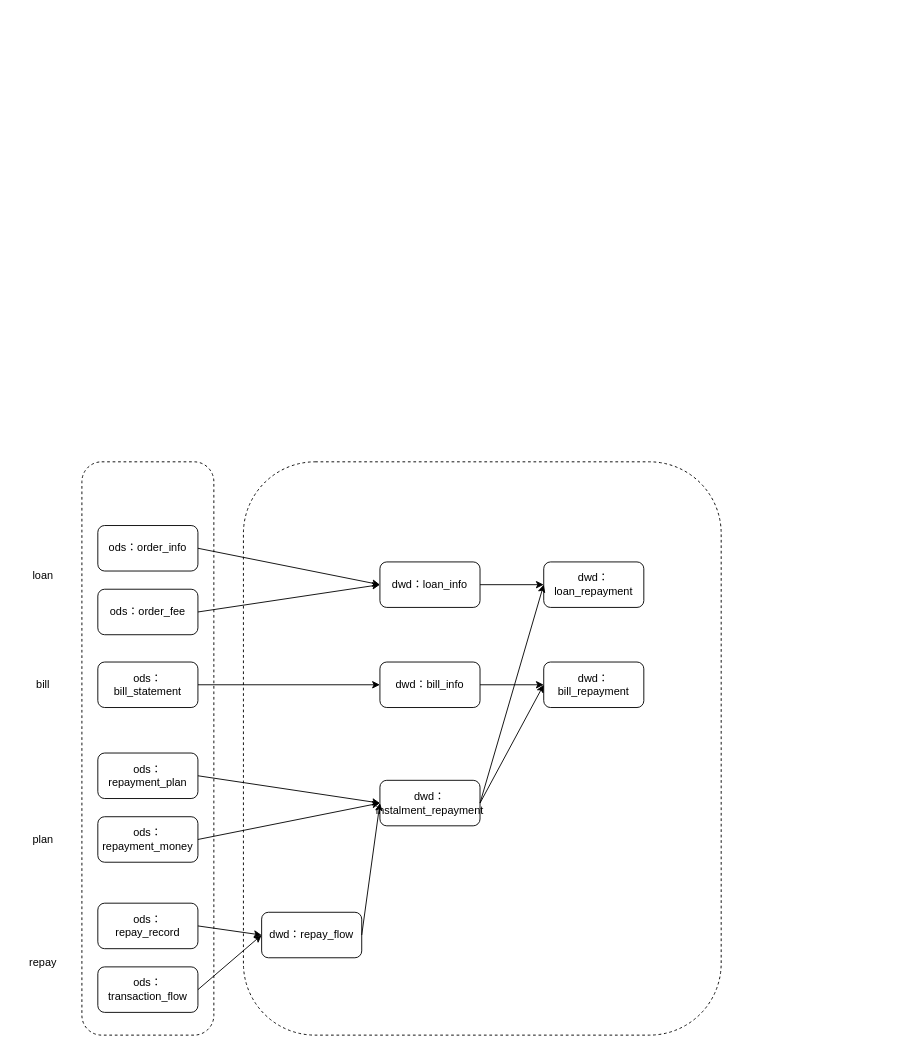
Before: v2_data_flow.drawio in a490888602/draw, a draw.io diagram. Source tidied: cells renumbered, new cells numbered last; positions are measured from the earlier drawing's top-left corner, leaving out a move shared by most shapes. Both pictures are drawn from the tidied source at 91%, with x=0, y=0 at pixel (15, 461).
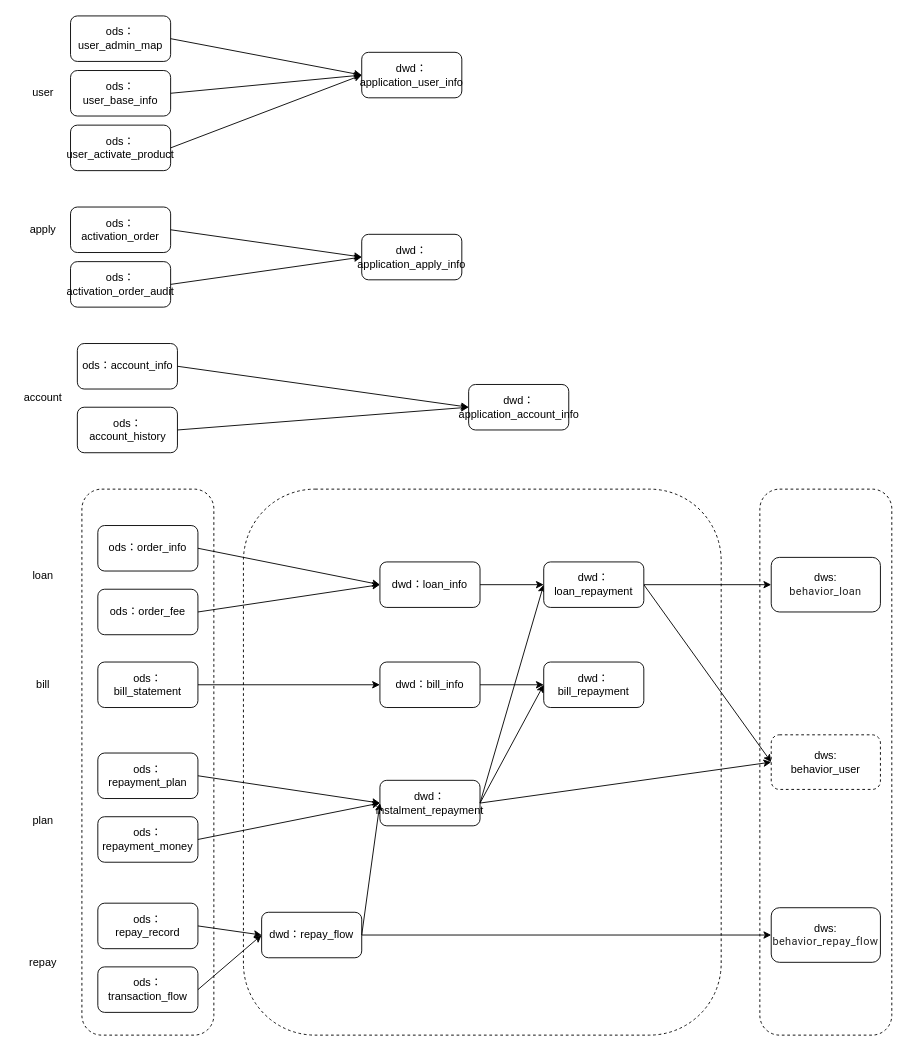
After the change.

Unchanged cells that the change refers to:
```xml
<mxCell id="12" value="&lt;font style=&quot;font-size: 12px;&quot;&gt;dwd：&lt;br&gt;&lt;span id=&quot;docs-internal-guid-5aec8d1b-7fff-cdfb-e014-1fbec7482f0d&quot;&gt;&lt;span style=&quot;font-family: Arial; background-color: transparent; font-variant-numeric: normal; font-variant-east-asian: normal; vertical-align: baseline;&quot;&gt;instalment_repayment&lt;/span&gt;&lt;/span&gt;&lt;/font&gt;" style="rounded=1;whiteSpace=wrap;html=1;" parent="1" vertex="1">
  <mxGeometry x="400" y="350" width="110" height="50" as="geometry" />
</mxCell>
<mxCell id="21" value="&lt;font style=&quot;font-size: 12px;&quot;&gt;dwd：&lt;span id=&quot;docs-internal-guid-818f419f-7fff-825d-e930-8b9c165d0fec&quot;&gt;&lt;span style=&quot;font-size: 9pt; font-family: Arial; font-variant-numeric: normal; font-variant-east-asian: normal; vertical-align: baseline;&quot;&gt;repay_flow&lt;/span&gt;&lt;/span&gt;&lt;br&gt;&lt;/font&gt;" style="rounded=1;whiteSpace=wrap;html=1;" parent="1" vertex="1">
  <mxGeometry x="270" y="495" width="110" height="50" as="geometry" />
</mxCell>
```

The edit, as a diff of the source:
```diff
@@
+    <mxCell id="33" style="rounded=1;whiteSpace=wrap;html=1;labelBackgroundColor=#FFFFFF;fontSize=12;fontColor=#000000;dashed=1;" parent="1" vertex="1">
+      <mxGeometry x="817.5" y="30" width="145" height="600" as="geometry" />
+    </mxCell>
     <mxCell id="2" style="rounded=1;whiteSpace=wrap;html=1;labelBackgroundColor=#FFFFFF;fontSize=12;fontColor=#000000;dashed=1;" parent="1" vertex="1">
-      <mxGeometry x="250" width="525" height="630" as="geometry" />
+      <mxGeometry x="250" y="30" width="525" height="600" as="geometry" />
     </mxCell>
     <mxCell id="3" style="rounded=1;whiteSpace=wrap;html=1;labelBackgroundColor=#FFFFFF;fontSize=12;fontColor=#000000;dashed=1;" parent="1" vertex="1">
-      <mxGeometry x="72.5" width="145" height="630" as="geometry" />
+      <mxGeometry x="72.5" y="30" width="145" height="600" as="geometry" />
     </mxCell>
@@
+    <mxCell id="34" style="edgeStyle=orthogonalEdgeStyle;rounded=0;jettySize=auto;html=1;fontSize=12;fontColor=#000000;" parent="1" edge="1" source="21" target="57">
+      <mxGeometry relative="1" as="geometry" />
+    </mxCell>
@@
     <mxCell id="24" value="plan" style="text;html=1;strokeColor=none;fillColor=none;align=center;verticalAlign=middle;whiteSpace=wrap;rounded=0;labelBackgroundColor=#FFFFFF;fontSize=12;fontColor=#000000;" parent="1" vertex="1">
-      <mxGeometry y="400" width="60" height="30" as="geometry" />
+      <mxGeometry y="380" width="60" height="30" as="geometry" />
     </mxCell>
@@
-    <mxCell id="28" value="&lt;font style=&quot;&quot;&gt;dwd：&lt;br&gt;&lt;span style=&quot;font-family: Arial; text-align: left; background-color: rgb(255, 255, 255);&quot;&gt;&lt;font style=&quot;font-size: 12px;&quot;&gt;loan_repayment&lt;/font&gt;&lt;/span&gt;&lt;br&gt;&lt;/font&gt;" style="rounded=1;whiteSpace=wrap;html=1;" parent="1" vertex="1">
-      <mxGeometry x="580" y="110" width="110" height="50" as="geometry" />
-    </mxCell>
+    <mxCell id="35" style="edgeStyle=orthogonalEdgeStyle;rounded=0;jettySize=auto;html=1;fontSize=12;fontColor=#000000;" parent="1" edge="1" source="28" target="56">
+      <mxGeometry relative="1" as="geometry" />
+    </mxCell>
@@
+    <mxCell id="36" value="account" style="text;html=1;strokeColor=none;fillColor=none;align=center;verticalAlign=middle;whiteSpace=wrap;rounded=0;labelBackgroundColor=#FFFFFF;fontSize=12;fontColor=#000000;" parent="1" vertex="1">
+      <mxGeometry y="-85" width="60" height="30" as="geometry" />
+    </mxCell>
+    <mxCell id="37" value="apply" style="text;html=1;strokeColor=none;fillColor=none;align=center;verticalAlign=middle;whiteSpace=wrap;rounded=0;labelBackgroundColor=#FFFFFF;fontSize=12;fontColor=#000000;" parent="1" vertex="1">
+      <mxGeometry y="-270" width="60" height="30" as="geometry" />
+    </mxCell>
+    <mxCell id="38" value="user" style="text;html=1;strokeColor=none;fillColor=none;align=center;verticalAlign=middle;whiteSpace=wrap;rounded=0;labelBackgroundColor=#FFFFFF;fontSize=12;fontColor=#000000;" parent="1" vertex="1">
+      <mxGeometry y="-420" width="60" height="30" as="geometry" />
+    </mxCell>
+    <mxCell id="39" value="ods：account_info" style="rounded=1;whiteSpace=wrap;html=1;" parent="1" vertex="1">
+      <mxGeometry x="67.5" y="-130" width="110" height="50" as="geometry" />
+    </mxCell>
+    <mxCell id="40" value="ods：&lt;br&gt;account_history" style="rounded=1;whiteSpace=wrap;html=1;" parent="1" vertex="1">
+      <mxGeometry x="67.5" y="-60" width="110" height="50" as="geometry" />
+    </mxCell>
+    <mxCell id="41" value="dwd：&lt;br&gt;&lt;span id=&quot;docs-internal-guid-810f0809-7fff-8f3f-b4a5-248d9ead75d0&quot;&gt;&lt;span style=&quot;font-family: Arial; background-color: transparent; font-variant-numeric: normal; font-variant-east-asian: normal; vertical-align: baseline;&quot;&gt;&lt;font style=&quot;font-size: 12px;&quot;&gt;application_account_info&lt;/font&gt;&lt;/span&gt;&lt;/span&gt;" style="rounded=1;whiteSpace=wrap;html=1;" parent="1" vertex="1">
+      <mxGeometry x="497.5" y="-85" width="110" height="50" as="geometry" />
+    </mxCell>
+    <mxCell id="42" style="endArrow=classic;html=1;rounded=0;entryX=0;entryY=0.5;entryDx=0;entryDy=0;exitX=1;exitY=0.5;exitDx=0;exitDy=0;" parent="1" edge="1" source="39" target="41">
+      <mxGeometry relative="1" as="geometry" />
+    </mxCell>
+    <mxCell id="43" style="endArrow=classic;html=1;rounded=0;entryX=0;entryY=0.5;entryDx=0;entryDy=0;exitX=1;exitY=0.5;exitDx=0;exitDy=0;" parent="1" edge="1" source="40" target="41">
+      <mxGeometry relative="1" as="geometry" />
+    </mxCell>
+    <mxCell id="44" value="ods：&lt;br&gt;&lt;span id=&quot;docs-internal-guid-a17145a7-7fff-5917-b1d9-0c4fba050937&quot;&gt;&lt;span style=&quot;font-size: 9pt; font-family: Arial; font-variant-numeric: normal; font-variant-east-asian: normal; vertical-align: baseline;&quot;&gt;user_base_info&lt;/span&gt;&lt;/span&gt;" style="rounded=1;whiteSpace=wrap;html=1;" parent="1" vertex="1">
+      <mxGeometry x="60" y="-430" width="110" height="50" as="geometry" />
+    </mxCell>
+    <mxCell id="45" value="ods：&lt;br&gt;&lt;span id=&quot;docs-internal-guid-c17e0959-7fff-95d1-528c-808f449eea5f&quot;&gt;&lt;span style=&quot;font-size: 9pt; font-family: Arial; font-variant-numeric: normal; font-variant-east-asian: normal; vertical-align: baseline;&quot;&gt;user_activate_product&lt;/span&gt;&lt;/span&gt;" style="rounded=1;whiteSpace=wrap;html=1;" parent="1" vertex="1">
+      <mxGeometry x="60" y="-370" width="110" height="50" as="geometry" />
+    </mxCell>
+    <mxCell id="46" value="dwd：&lt;br&gt;&lt;span id=&quot;docs-internal-guid-081b521d-7fff-0676-e791-040522774dc9&quot;&gt;&lt;span style=&quot;font-family: Arial; background-color: transparent; font-variant-numeric: normal; font-variant-east-asian: normal; vertical-align: baseline;&quot;&gt;&lt;font style=&quot;font-size: 12px;&quot;&gt;application_user_info&lt;/font&gt;&lt;/span&gt;&lt;/span&gt;" style="rounded=1;whiteSpace=wrap;html=1;" parent="1" vertex="1">
+      <mxGeometry x="380" y="-450" width="110" height="50" as="geometry" />
+    </mxCell>
+    <mxCell id="47" value="ods：&lt;br&gt;&lt;span id=&quot;docs-internal-guid-4c512221-7fff-2981-17a5-eb455115625a&quot;&gt;&lt;span style=&quot;font-size: 9pt; font-family: Arial; font-variant-numeric: normal; font-variant-east-asian: normal; vertical-align: baseline;&quot;&gt;user_admin_map&lt;/span&gt;&lt;/span&gt;" style="rounded=1;whiteSpace=wrap;html=1;" parent="1" vertex="1">
+      <mxGeometry x="60" y="-490" width="110" height="50" as="geometry" />
+    </mxCell>
+    <mxCell id="48" value="ods：&lt;br&gt;&lt;span id=&quot;docs-internal-guid-991e370b-7fff-096c-da29-5b45ae392f6d&quot;&gt;&lt;span style=&quot;font-size: 9pt; font-family: Arial; font-variant-numeric: normal; font-variant-east-asian: normal; vertical-align: baseline;&quot;&gt;activation_order_audit&lt;/span&gt;&lt;/span&gt;" style="rounded=1;whiteSpace=wrap;html=1;" parent="1" vertex="1">
+      <mxGeometry x="60" y="-220" width="110" height="50" as="geometry" />
+    </mxCell>
+    <mxCell id="49" value="dwd：&lt;br&gt;&lt;span id=&quot;docs-internal-guid-3d546426-7fff-3fd3-8199-8de1ce286290&quot;&gt;&lt;span style=&quot;font-family: Arial; background-color: transparent; font-variant-numeric: normal; font-variant-east-asian: normal; vertical-align: baseline;&quot;&gt;&lt;font style=&quot;font-size: 12px;&quot;&gt;application_apply_info&lt;/font&gt;&lt;/span&gt;&lt;/span&gt;" style="rounded=1;whiteSpace=wrap;html=1;" parent="1" vertex="1">
+      <mxGeometry x="380" y="-250" width="110" height="50" as="geometry" />
+    </mxCell>
+    <mxCell id="50" value="ods：&lt;br&gt;&lt;span id=&quot;docs-internal-guid-f72523e4-7fff-d374-d195-f049cee32e4a&quot;&gt;&lt;span style=&quot;font-size: 9pt; font-family: Arial; font-variant-numeric: normal; font-variant-east-asian: normal; vertical-align: baseline;&quot;&gt;activation_order&lt;/span&gt;&lt;/span&gt;" style="rounded=1;whiteSpace=wrap;html=1;" parent="1" vertex="1">
+      <mxGeometry x="60" y="-280" width="110" height="50" as="geometry" />
+    </mxCell>
+    <mxCell id="51" style="endArrow=classic;html=1;rounded=0;entryX=0;entryY=0.5;entryDx=0;entryDy=0;exitX=1;exitY=0.5;exitDx=0;exitDy=0;" parent="1" edge="1" source="47" target="46">
+      <mxGeometry relative="1" as="geometry" />
+    </mxCell>
+    <mxCell id="52" style="endArrow=classic;html=1;rounded=0;exitX=1;exitY=0.5;exitDx=0;exitDy=0;entryX=0;entryY=0.5;entryDx=0;entryDy=0;" parent="1" edge="1" source="44" target="46">
+      <mxGeometry relative="1" as="geometry" />
+    </mxCell>
+    <mxCell id="53" style="endArrow=classic;html=1;rounded=0;exitX=1;exitY=0.5;exitDx=0;exitDy=0;entryX=0;entryY=0.5;entryDx=0;entryDy=0;" parent="1" edge="1" source="45" target="46">
+      <mxGeometry relative="1" as="geometry" />
+    </mxCell>
+    <mxCell id="54" style="endArrow=classic;html=1;rounded=0;exitX=1;exitY=0.5;exitDx=0;exitDy=0;entryX=0;entryY=0.5;entryDx=0;entryDy=0;" parent="1" edge="1" source="50" target="49">
+      <mxGeometry relative="1" as="geometry" />
+    </mxCell>
+    <mxCell id="55" style="endArrow=classic;html=1;rounded=0;exitX=1;exitY=0.5;exitDx=0;exitDy=0;entryX=0;entryY=0.5;entryDx=0;entryDy=0;" parent="1" edge="1" source="48" target="49">
+      <mxGeometry relative="1" as="geometry" />
+    </mxCell>
+    <mxCell id="56" value="dws:&lt;br&gt;&lt;span style=&quot;color: rgb(34, 34, 34); font-family: &amp;quot;Google Sans&amp;quot;, Roboto, RobotoDraft, Helvetica, Arial, sans-serif; letter-spacing: 0.4px; text-align: start; background-color: rgb(255, 255, 255);&quot;&gt;&lt;font style=&quot;font-size: 12px;&quot;&gt;behavior_loan&lt;/font&gt;&lt;/span&gt;" style="whiteSpace=wrap;html=1;rounded=1;" parent="1" vertex="1">
+      <mxGeometry x="830" y="105" width="120" height="60" as="geometry" />
+    </mxCell>
+    <mxCell id="57" value="dws:&lt;br&gt;&lt;span style=&quot;color: rgb(34, 34, 34); font-family: &amp;quot;Google Sans&amp;quot;, Roboto, RobotoDraft, Helvetica, Arial, sans-serif; letter-spacing: 0.4px; text-align: start; background-color: rgb(255, 255, 255);&quot;&gt;&lt;font style=&quot;font-size: 12px;&quot;&gt;behavior_repay_flow&lt;/font&gt;&lt;/span&gt;" style="whiteSpace=wrap;html=1;rounded=1;" parent="1" vertex="1">
+      <mxGeometry x="830" y="490" width="120" height="60" as="geometry" />
+    </mxCell>
+    <mxCell id="58" value="dws:&lt;br&gt;behavior_user" style="rounded=1;whiteSpace=wrap;html=1;dashed=1;labelBackgroundColor=#FFFFFF;fontSize=12;fontColor=#000000;" parent="1" vertex="1">
+      <mxGeometry x="830" y="300" width="120" height="60" as="geometry" />
+    </mxCell>
+    <mxCell id="59" style="endArrow=classic;html=1;rounded=0;entryX=0;entryY=0.5;entryDx=0;entryDy=0;exitX=1;exitY=0.5;exitDx=0;exitDy=0;" parent="1" edge="1" source="12" target="58">
+      <mxGeometry relative="1" as="geometry" />
+    </mxCell>
+    <mxCell id="60" style="endArrow=classic;html=1;rounded=0;exitX=1;exitY=0.5;exitDx=0;exitDy=0;entryX=0;entryY=0.5;entryDx=0;entryDy=0;" parent="1" edge="1" source="28" target="58">
+      <mxGeometry relative="1" as="geometry" />
+    </mxCell>
+    <mxCell id="28" value="&lt;font style=&quot;&quot;&gt;dwd：&lt;br&gt;&lt;span style=&quot;font-family: Arial; text-align: left; background-color: rgb(255, 255, 255);&quot;&gt;&lt;font style=&quot;font-size: 12px;&quot;&gt;loan_repayment&lt;/font&gt;&lt;/span&gt;&lt;br&gt;&lt;/font&gt;" style="rounded=1;whiteSpace=wrap;html=1;" parent="1" vertex="1">
+      <mxGeometry x="580" y="110" width="110" height="50" as="geometry" />
+    </mxCell>
```
